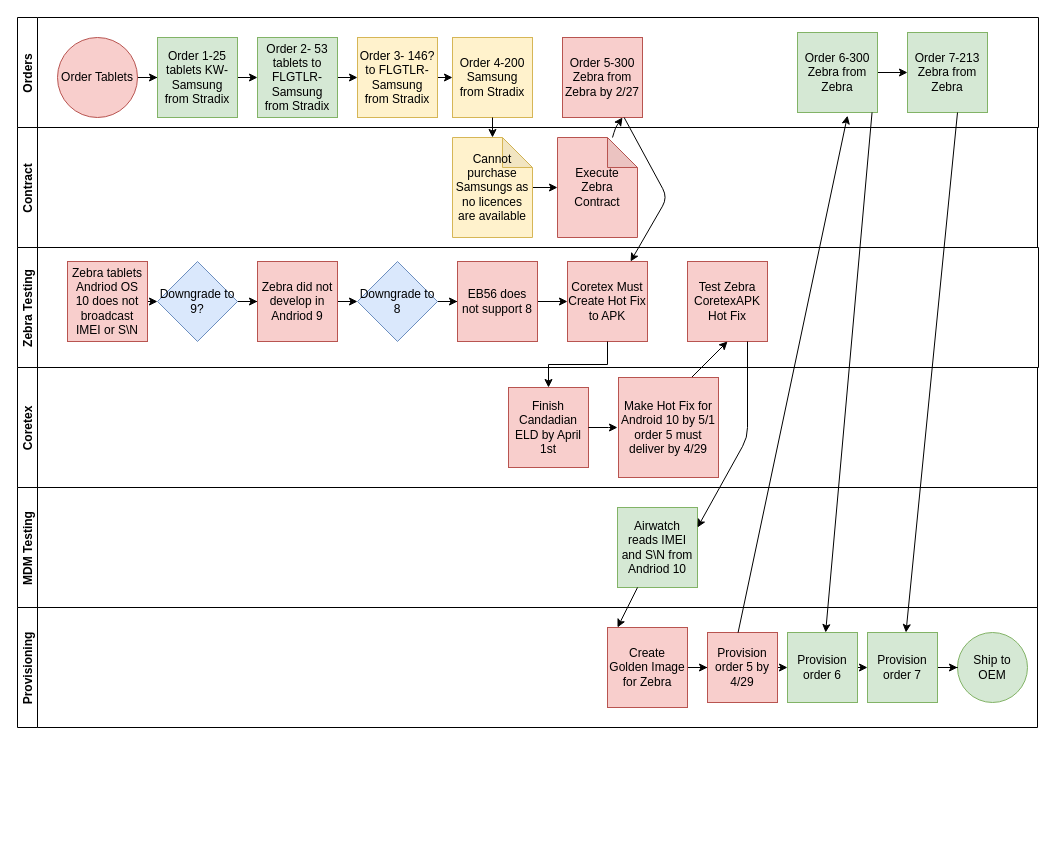
RustyTruck/plc4trucksduck keeps this draw.io diagram as Tablet Orders.drawio. Above is the earlier version. Source tidied: cells renumbered, new cells numbered last; positions are measured from the earlier drawing's top-left corner, leaving out a move shared by most shapes. Both pictures are drawn from the tidied source at 100%, with x=0, y=0 at pixel (17, 17).
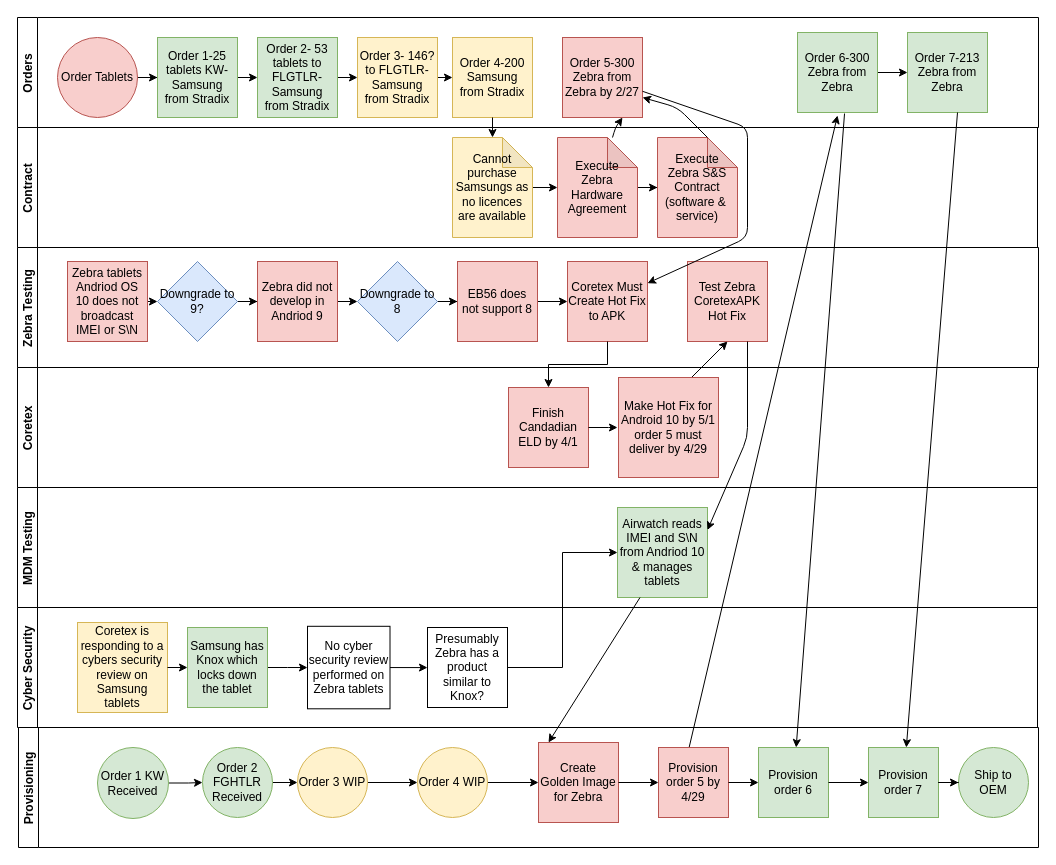
After the change.

Unchanged cells that the change refers to:
```xml
<mxCell id="12" value="Order 5-300 Zebra from Zebra by 2/27" style="whiteSpace=wrap;html=1;fillColor=#f8cecc;strokeColor=#b85450;" parent="2" vertex="1">
  <mxGeometry x="545" y="20" width="80" height="80" as="geometry" />
</mxCell>
<mxCell id="14" value="Order 6-300 Zebra from Zebra" style="whiteSpace=wrap;html=1;fillColor=#d5e8d4;strokeColor=#82b366;" parent="2" vertex="1">
  <mxGeometry x="780" y="15" width="80" height="80" as="geometry" />
</mxCell>
<mxCell id="28" value="Coretex Must Create Hot Fix to APK" style="whiteSpace=wrap;html=1;rounded=0;fillColor=#f8cecc;strokeColor=#b85450;" parent="17" vertex="1">
  <mxGeometry x="550" y="14" width="80" height="80" as="geometry" />
</mxCell>
<mxCell id="31" value="Contract" style="swimlane;startSize=20;horizontal=0;rounded=0;" parent="1" vertex="1">
  <mxGeometry y="110" width="1020" height="120" as="geometry" />
</mxCell>
<mxCell id="35" value="Coretex" style="swimlane;startSize=20;horizontal=0;rounded=0;swimlaneLine=1;" parent="1" vertex="1">
  <mxGeometry y="350" width="1020" height="120" as="geometry" />
</mxCell>
<mxCell id="48" value="MDM Testing" style="swimlane;startSize=20;horizontal=0;" parent="1" vertex="1">
  <mxGeometry y="470" width="1020" height="120" as="geometry" />
</mxCell>
```

What changed in the source:
```diff
@@
+    <mxCell id="59" style="edgeStyle=orthogonalEdgeStyle;rounded=0;jettySize=auto;html=1;entryX=0;entryY=0.5;entryDx=0;entryDy=0;entryPerimeter=0;" parent="31" edge="1" source="32" target="60">
+      <mxGeometry relative="1" as="geometry" />
+    </mxCell>
-    <mxCell id="32" value="Execute Zebra Contract" style="shape=note;whiteSpace=wrap;html=1;backgroundOutline=1;darkOpacity=0.05;rounded=0;fillColor=#f8cecc;strokeColor=#b85450;" parent="31" vertex="1">
+    <mxCell id="32" value="Execute Zebra Hardware Agreement" style="shape=note;whiteSpace=wrap;html=1;backgroundOutline=1;darkOpacity=0.05;rounded=0;fillColor=#f8cecc;strokeColor=#b85450;" parent="31" vertex="1">
       <mxGeometry x="540" y="10" width="80" height="100" as="geometry" />
     </mxCell>
@@
+    <mxCell id="60" value="Execute Zebra S&amp;amp;S Contract (software &amp;amp;&amp;nbsp; service)" style="shape=note;whiteSpace=wrap;html=1;backgroundOutline=1;darkOpacity=0.05;rounded=0;fillColor=#f8cecc;strokeColor=#b85450;" parent="31" vertex="1">
+      <mxGeometry x="640" y="10" width="80" height="100" as="geometry" />
+    </mxCell>
+    <mxCell id="61" style="endArrow=classic;html=1;entryX=1;entryY=0.75;entryDx=0;entryDy=0;" parent="31" edge="1" target="12">
+      <mxGeometry relative="1" as="geometry">
+        <mxPoint x="690" y="10" as="sourcePoint" />
+        <Array as="points">
+          <mxPoint x="660" y="-20" />
+        </Array>
+      </mxGeometry>
+    </mxCell>
@@
-    <mxCell id="36" value="Finish Candadian ELD by April 1st" style="whiteSpace=wrap;html=1;rounded=0;fillColor=#f8cecc;strokeColor=#b85450;" parent="35" vertex="1">
+    <mxCell id="36" value="Finish Candadian ELD by 4/1" style="whiteSpace=wrap;html=1;rounded=0;fillColor=#f8cecc;strokeColor=#b85450;" parent="35" vertex="1">
       <mxGeometry x="491" y="20" width="80" height="80" as="geometry" />
     </mxCell>
@@
-    <mxCell id="38" value="Provisioning" style="swimlane;startSize=20;horizontal=0;" parent="1" vertex="1">
+    <mxCell id="38" value="Cyber Security" style="swimlane;startSize=20;horizontal=0;" parent="1" vertex="1">
       <mxGeometry y="590" width="1020" height="120" as="geometry" />
     </mxCell>
-    <mxCell id="39" style="edgeStyle=orthogonalEdgeStyle;rounded=0;jettySize=auto;html=1;entryX=0;entryY=0.5;entryDx=0;entryDy=0;" parent="38" edge="1" source="40" target="43">
-      <mxGeometry relative="1" as="geometry" />
-    </mxCell>
-    <mxCell id="40" value="Create Golden Image for Zebra" style="whiteSpace=wrap;html=1;rounded=0;fillColor=#f8cecc;strokeColor=#b85450;" parent="38" vertex="1">
-      <mxGeometry x="590" y="20" width="80" height="80" as="geometry" />
-    </mxCell>
-    <mxCell id="41" value="Ship to OEM" style="ellipse;whiteSpace=wrap;html=1;rounded=0;fillColor=#d5e8d4;strokeColor=#82b366;" parent="38" vertex="1">
-      <mxGeometry x="940" y="25" width="70" height="70" as="geometry" />
-    </mxCell>
-    <mxCell id="42" style="edgeStyle=orthogonalEdgeStyle;rounded=0;jettySize=auto;html=1;exitX=1;exitY=0.5;exitDx=0;exitDy=0;entryX=0;entryY=0.5;entryDx=0;entryDy=0;" parent="38" edge="1" source="43" target="45">
-      <mxGeometry relative="1" as="geometry" />
-    </mxCell>
-    <mxCell id="43" value="Provision order 5 by 4/29" style="whiteSpace=wrap;html=1;rounded=0;fillColor=#f8cecc;strokeColor=#b85450;" parent="38" vertex="1">
-      <mxGeometry x="690" y="25" width="70" height="70" as="geometry" />
-    </mxCell>
-    <mxCell id="44" style="edgeStyle=orthogonalEdgeStyle;rounded=0;jettySize=auto;html=1;exitX=1;exitY=0.5;exitDx=0;exitDy=0;entryX=0;entryY=0.5;entryDx=0;entryDy=0;" parent="38" edge="1" source="45" target="47">
-      <mxGeometry relative="1" as="geometry" />
-    </mxCell>
-    <mxCell id="45" value="Provision order 6" style="whiteSpace=wrap;html=1;rounded=0;fillColor=#d5e8d4;strokeColor=#82b366;" parent="38" vertex="1">
-      <mxGeometry x="770" y="25" width="70" height="70" as="geometry" />
-    </mxCell>
-    <mxCell id="46" style="edgeStyle=orthogonalEdgeStyle;rounded=0;jettySize=auto;html=1;entryX=0;entryY=0.5;entryDx=0;entryDy=0;" parent="38" edge="1" source="47" target="41">
-      <mxGeometry relative="1" as="geometry" />
-    </mxCell>
-    <mxCell id="47" value="Provision order 7" style="whiteSpace=wrap;html=1;rounded=0;fillColor=#d5e8d4;strokeColor=#82b366;" parent="38" vertex="1">
-      <mxGeometry x="850" y="25" width="70" height="70" as="geometry" />
-    </mxCell>
+    <mxCell id="62" value="Coretex is responding to a cybers security review on Samsung tablets" style="whiteSpace=wrap;html=1;fillColor=#fff2cc;strokeColor=#d6b656;" parent="38" vertex="1">
+      <mxGeometry x="60" y="15" width="90" height="90" as="geometry" />
+    </mxCell>
+    <mxCell id="63" value="No cyber security review performed on Zebra tablets" style="whiteSpace=wrap;html=1;" parent="38" vertex="1">
+      <mxGeometry x="290" y="18.8" width="82.5" height="82.5" as="geometry" />
+    </mxCell>
+    <mxCell id="64" style="edgeStyle=orthogonalEdgeStyle;rounded=0;jettySize=auto;html=1;exitX=1;exitY=0.5;exitDx=0;exitDy=0;entryX=0;entryY=0.5;entryDx=0;entryDy=0;" parent="38" edge="1" source="67" target="63">
+      <mxGeometry relative="1" as="geometry" />
+    </mxCell>
+    <mxCell id="65" value="Presumably Zebra has a product similar to Knox?" style="whiteSpace=wrap;html=1;" parent="38" vertex="1">
+      <mxGeometry x="410" y="20" width="80" height="80" as="geometry" />
+    </mxCell>
+    <mxCell id="66" style="edgeStyle=orthogonalEdgeStyle;rounded=0;jettySize=auto;html=1;exitX=1;exitY=0.5;exitDx=0;exitDy=0;entryX=0;entryY=0.5;entryDx=0;entryDy=0;" parent="38" edge="1" source="63" target="65">
+      <mxGeometry relative="1" as="geometry" />
+    </mxCell>
+    <mxCell id="67" value="Samsung has Knox which locks down the tablet" style="whiteSpace=wrap;html=1;fillColor=#d5e8d4;strokeColor=#82b366;" parent="38" vertex="1">
+      <mxGeometry x="170" y="20" width="80" height="80" as="geometry" />
+    </mxCell>
+    <mxCell id="68" style="edgeStyle=orthogonalEdgeStyle;rounded=0;jettySize=auto;html=1;exitX=1;exitY=0.5;exitDx=0;exitDy=0;entryX=0;entryY=0.5;entryDx=0;entryDy=0;" parent="38" edge="1" source="62" target="67">
+      <mxGeometry relative="1" as="geometry" />
+    </mxCell>
@@
-    <mxCell id="49" value="Airwatch reads IMEI and S\N from Andriod 10" style="whiteSpace=wrap;html=1;rounded=0;fillColor=#d5e8d4;strokeColor=#82b366;" parent="48" vertex="1">
-      <mxGeometry x="600" y="20" width="80" height="80" as="geometry" />
+    <mxCell id="49" value="Airwatch reads IMEI and S\N from Andriod 10 &amp;amp; manages tablets" style="whiteSpace=wrap;html=1;rounded=0;fillColor=#d5e8d4;strokeColor=#82b366;" parent="48" vertex="1">
+      <mxGeometry x="600" y="20" width="90" height="90" as="geometry" />
     </mxCell>
     <mxCell id="50" style="endArrow=classic;html=1;exitX=0.437;exitY=0.002;exitDx=0;exitDy=0;exitPerimeter=0;" parent="48" edge="1" source="43">
       <mxGeometry relative="1" as="geometry">
-        <mxPoint x="830" y="-371.8" as="targetPoint" />
+        <mxPoint x="820" y="-372" as="targetPoint" />
       </mxGeometry>
     </mxCell>
@@
     <mxCell id="53" style="endArrow=classic;html=1;" parent="1" edge="1" source="12" target="28">
       <mxGeometry relative="1" as="geometry">
         <Array as="points">
-          <mxPoint x="650" y="180" />
+          <mxPoint x="730" y="110" />
+          <mxPoint x="730" y="220" />
         </Array>
       </mxGeometry>
     </mxCell>
@@
-    <mxCell id="58" style="endArrow=classic;html=1;exitX=0.932;exitY=0.999;exitDx=0;exitDy=0;exitPerimeter=0;" parent="1" edge="1" source="14" target="45">
+    <mxCell id="58" style="endArrow=classic;html=1;exitX=0.588;exitY=1.013;exitDx=0;exitDy=0;exitPerimeter=0;" parent="1" edge="1" source="14" target="45">
       <mxGeometry relative="1" as="geometry" />
     </mxCell>
+    <mxCell id="69" value="Provisioning" style="swimlane;startSize=20;horizontal=0;" parent="1" vertex="1">
+      <mxGeometry x="1" y="710" width="1020" height="120" as="geometry" />
+    </mxCell>
+    <mxCell id="40" value="Create Golden Image for Zebra" style="whiteSpace=wrap;html=1;rounded=0;fillColor=#f8cecc;strokeColor=#b85450;" parent="69" vertex="1">
+      <mxGeometry x="520" y="15" width="80" height="80" as="geometry" />
+    </mxCell>
+    <mxCell id="43" value="Provision order 5 by 4/29" style="whiteSpace=wrap;html=1;rounded=0;fillColor=#f8cecc;strokeColor=#b85450;" parent="69" vertex="1">
+      <mxGeometry x="640" y="20" width="70" height="70" as="geometry" />
+    </mxCell>
+    <mxCell id="39" style="edgeStyle=orthogonalEdgeStyle;rounded=0;jettySize=auto;html=1;entryX=0;entryY=0.5;entryDx=0;entryDy=0;" parent="69" edge="1" source="40" target="43">
+      <mxGeometry relative="1" as="geometry" />
+    </mxCell>
+    <mxCell id="45" value="Provision order 6" style="whiteSpace=wrap;html=1;rounded=0;fillColor=#d5e8d4;strokeColor=#82b366;" parent="69" vertex="1">
+      <mxGeometry x="740" y="20" width="70" height="70" as="geometry" />
+    </mxCell>
+    <mxCell id="42" style="edgeStyle=orthogonalEdgeStyle;rounded=0;jettySize=auto;html=1;exitX=1;exitY=0.5;exitDx=0;exitDy=0;entryX=0;entryY=0.5;entryDx=0;entryDy=0;" parent="69" edge="1" source="43" target="45">
+      <mxGeometry relative="1" as="geometry" />
+    </mxCell>
+    <mxCell id="47" value="Provision order 7" style="whiteSpace=wrap;html=1;rounded=0;fillColor=#d5e8d4;strokeColor=#82b366;" parent="69" vertex="1">
+      <mxGeometry x="850" y="20" width="70" height="70" as="geometry" />
+    </mxCell>
+    <mxCell id="44" style="edgeStyle=orthogonalEdgeStyle;rounded=0;jettySize=auto;html=1;exitX=1;exitY=0.5;exitDx=0;exitDy=0;entryX=0;entryY=0.5;entryDx=0;entryDy=0;" parent="69" edge="1" source="45" target="47">
+      <mxGeometry relative="1" as="geometry" />
+    </mxCell>
+    <mxCell id="41" value="Ship to OEM" style="ellipse;whiteSpace=wrap;html=1;rounded=0;fillColor=#d5e8d4;strokeColor=#82b366;" parent="69" vertex="1">
+      <mxGeometry x="940" y="20" width="70" height="70" as="geometry" />
+    </mxCell>
+    <mxCell id="46" style="edgeStyle=orthogonalEdgeStyle;rounded=0;jettySize=auto;html=1;entryX=0;entryY=0.5;entryDx=0;entryDy=0;" parent="69" edge="1" source="47" target="41">
+      <mxGeometry relative="1" as="geometry" />
+    </mxCell>
+    <mxCell id="70" style="edgeStyle=orthogonalEdgeStyle;rounded=0;jettySize=auto;html=1;entryX=0;entryY=0.5;entryDx=0;entryDy=0;" parent="69" edge="1" source="71" target="73">
+      <mxGeometry relative="1" as="geometry" />
+    </mxCell>
+    <mxCell id="71" value="Order 1 KW Received" style="ellipse;whiteSpace=wrap;html=1;rounded=0;fillColor=#d5e8d4;strokeColor=#82b366;" parent="69" vertex="1">
+      <mxGeometry x="79" y="20" width="71" height="71" as="geometry" />
+    </mxCell>
+    <mxCell id="72" style="edgeStyle=orthogonalEdgeStyle;rounded=0;jettySize=auto;html=1;entryX=0;entryY=0.5;entryDx=0;entryDy=0;" parent="69" edge="1" source="73" target="77">
+      <mxGeometry relative="1" as="geometry" />
+    </mxCell>
+    <mxCell id="73" value="Order 2 FGHTLR Received" style="ellipse;whiteSpace=wrap;html=1;rounded=0;fillColor=#d5e8d4;strokeColor=#82b366;" parent="69" vertex="1">
+      <mxGeometry x="184" y="20" width="70" height="70" as="geometry" />
+    </mxCell>
+    <mxCell id="74" style="edgeStyle=orthogonalEdgeStyle;rounded=0;jettySize=auto;html=1;entryX=0;entryY=0.5;entryDx=0;entryDy=0;" parent="69" edge="1" source="75" target="40">
+      <mxGeometry relative="1" as="geometry" />
+    </mxCell>
+    <mxCell id="75" value="Order 4 WIP" style="ellipse;whiteSpace=wrap;html=1;rounded=0;fillColor=#fff2cc;strokeColor=#d6b656;" parent="69" vertex="1">
+      <mxGeometry x="399" y="20" width="70" height="70" as="geometry" />
+    </mxCell>
+    <mxCell id="76" style="edgeStyle=orthogonalEdgeStyle;rounded=0;jettySize=auto;html=1;entryX=0;entryY=0.5;entryDx=0;entryDy=0;" parent="69" edge="1" source="77" target="75">
+      <mxGeometry relative="1" as="geometry" />
+    </mxCell>
+    <mxCell id="77" value="Order 3 WIP" style="ellipse;whiteSpace=wrap;html=1;rounded=0;fillColor=#fff2cc;strokeColor=#d6b656;" parent="69" vertex="1">
+      <mxGeometry x="279" y="20" width="70" height="70" as="geometry" />
+    </mxCell>
+    <mxCell id="78" style="edgeStyle=orthogonalEdgeStyle;rounded=0;jettySize=auto;html=1;exitX=1;exitY=0.5;exitDx=0;exitDy=0;entryX=0;entryY=0.5;entryDx=0;entryDy=0;" parent="1" edge="1" source="65" target="49">
+      <mxGeometry relative="1" as="geometry" />
+    </mxCell>
```
